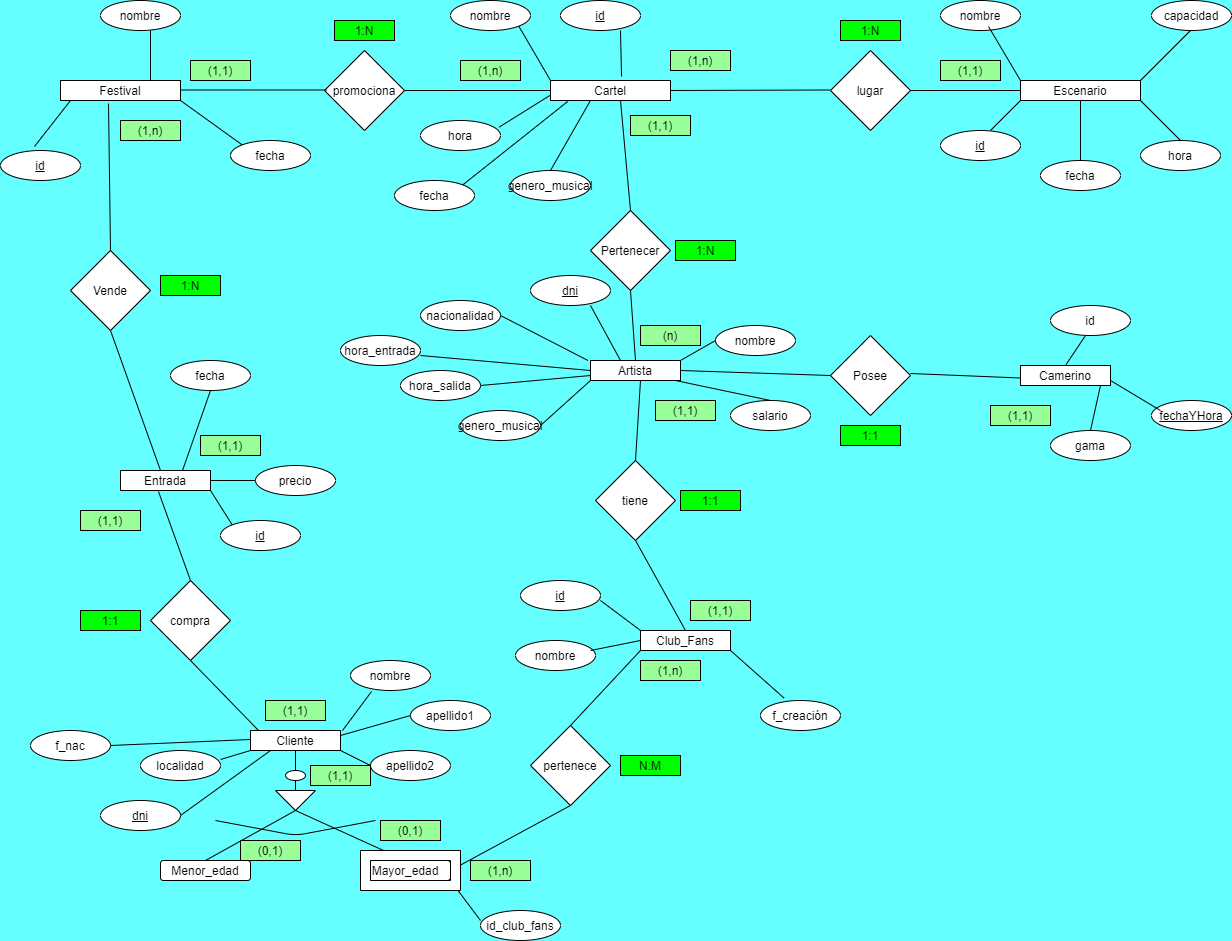
Before: Images/DiagramaE-R.png, a diagram exported from draw.io (jmm-1999/QuevedoFest). Source tidied: cells renumbered, new cells last; positions are measured from the earlier drawing's top-left corner, leaving out a move shared by most shapes.
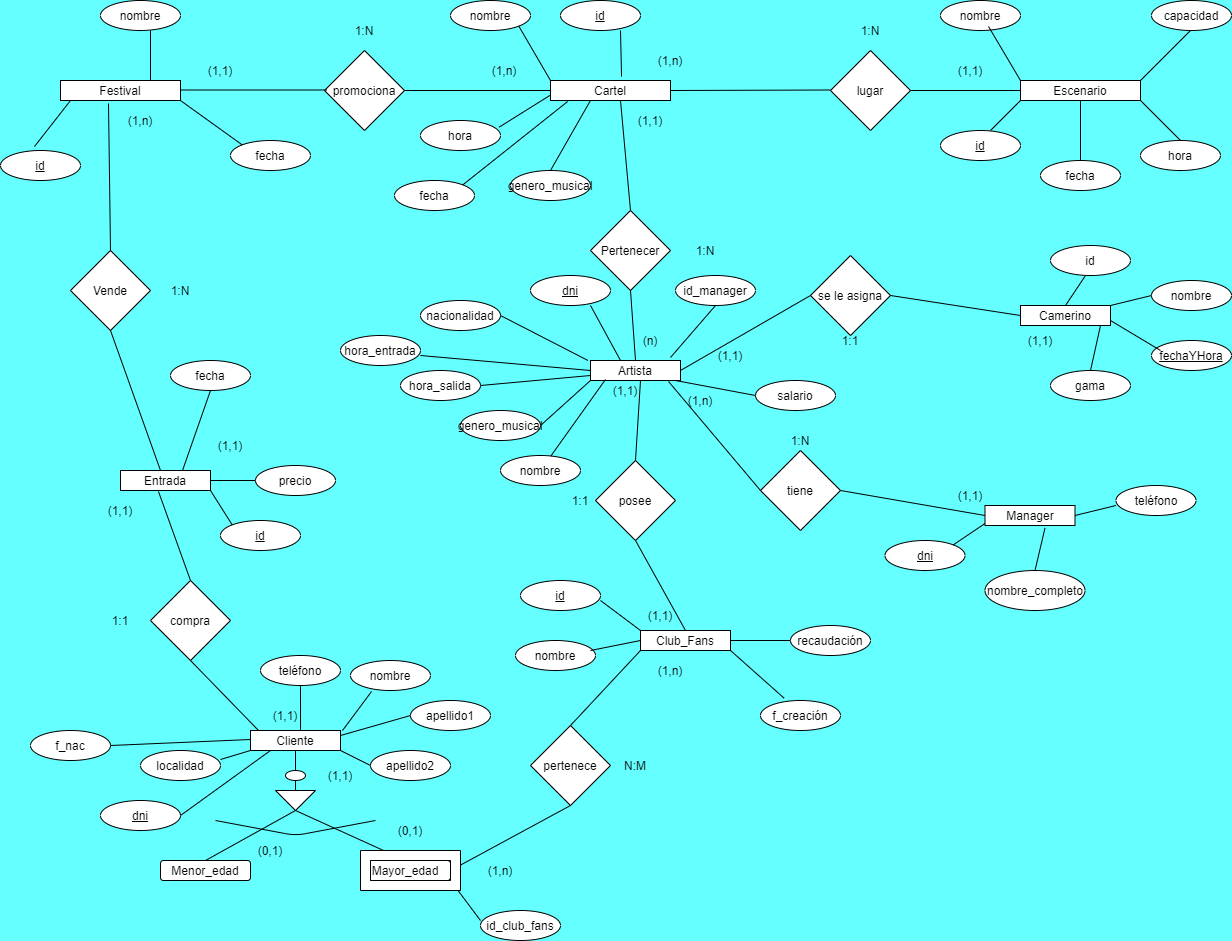
Later version of the same file.

The edit, as a diff of the source:
```diff
@@ -160,6 +160,6 @@
     <mxCell id="41" value="nombre" style="ellipse;whiteSpace=wrap;html=1;" parent="1" vertex="1">
-      <mxGeometry x="715" y="325" width="80" height="30" as="geometry" />
+      <mxGeometry x="500" y="455" width="80" height="30" as="geometry" />
     </mxCell>
     <mxCell id="42" value="salario" style="ellipse;whiteSpace=wrap;html=1;" parent="1" vertex="1">
-      <mxGeometry x="730" y="400" width="80" height="30" as="geometry" />
+      <mxGeometry x="755" y="380" width="80" height="30" as="geometry" />
     </mxCell>
@@ -168,3 +168,3 @@
     </mxCell>
-    <mxCell id="44" style="endArrow=none;html=1;exitX=1;exitY=0.733;exitDx=0;exitDy=0;exitPerimeter=0;entryX=0.5;entryY=0;entryDx=0;entryDy=0;" parent="1" edge="1" target="42">
+    <mxCell id="44" style="endArrow=none;html=1;exitX=1;exitY=0.733;exitDx=0;exitDy=0;exitPerimeter=0;entryX=0;entryY=0.5;entryDx=0;entryDy=0;" parent="1" edge="1" target="42">
       <mxGeometry relative="1" as="geometry">
@@ -178,5 +178,2 @@
     </mxCell>
-    <mxCell id="46" style="endArrow=none;html=1;exitX=1;exitY=0;exitDx=0;exitDy=0;entryX=0;entryY=0.5;entryDx=0;entryDy=0;" parent="1" edge="1" source="37" target="41">
-      <mxGeometry relative="1" as="geometry" />
-    </mxCell>
     <mxCell id="47" value="Cliente" style="rounded=0;whiteSpace=wrap;html=1;" parent="1" vertex="1">
@@ -291,3 +288,3 @@
     </mxCell>
-    <mxCell id="76" value="tiene" style="rhombus;whiteSpace=wrap;html=1;" parent="1" vertex="1">
+    <mxCell id="76" value="posee" style="rhombus;whiteSpace=wrap;html=1;" parent="1" vertex="1">
       <mxGeometry x="595" y="460" width="80" height="80" as="geometry" />
@@ -356,4 +353,4 @@
     </mxCell>
-    <mxCell id="92" value="Posee" style="rhombus;whiteSpace=wrap;html=1;" parent="1" vertex="1">
-      <mxGeometry x="830" y="335" width="80" height="80" as="geometry" />
+    <mxCell id="92" value="se le asigna" style="rhombus;whiteSpace=wrap;html=1;" parent="1" vertex="1">
+      <mxGeometry x="810" y="255" width="80" height="80" as="geometry" />
     </mxCell>
@@ -363,15 +360,12 @@
     <mxCell id="94" value="Camerino" style="rounded=0;whiteSpace=wrap;html=1;" parent="1" vertex="1">
-      <mxGeometry x="1020" y="365" width="90" height="20" as="geometry" />
+      <mxGeometry x="1020" y="305" width="90" height="20" as="geometry" />
     </mxCell>
-    <mxCell id="95" style="endArrow=none;html=1;entryX=0;entryY=0.5;entryDx=0;entryDy=0;" parent="1" edge="1">
-      <mxGeometry relative="1" as="geometry">
-        <mxPoint x="910" y="373" as="sourcePoint" />
-        <mxPoint x="1020" y="377.5" as="targetPoint" />
-      </mxGeometry>
+    <mxCell id="95" style="endArrow=none;html=1;entryX=0;entryY=0.5;entryDx=0;entryDy=0;exitX=1;exitY=0.5;exitDx=0;exitDy=0;" parent="1" edge="1" source="92" target="94">
+      <mxGeometry relative="1" as="geometry" />
     </mxCell>
     <mxCell id="96" value="id" style="ellipse;whiteSpace=wrap;html=1;" parent="1" vertex="1">
-      <mxGeometry x="1050" y="305" width="80" height="30" as="geometry" />
+      <mxGeometry x="1050" y="245" width="80" height="30" as="geometry" />
     </mxCell>
     <mxCell id="97" value="gama" style="ellipse;whiteSpace=wrap;html=1;" parent="1" vertex="1">
-      <mxGeometry x="1050" y="430" width="80" height="30" as="geometry" />
+      <mxGeometry x="1050" y="370" width="80" height="30" as="geometry" />
     </mxCell>
@@ -379,3 +373,3 @@
       <mxGeometry relative="1" as="geometry">
-        <mxPoint x="1100" y="385" as="targetPoint" />
+        <mxPoint x="1100" y="325" as="targetPoint" />
       </mxGeometry>
@@ -384,3 +378,3 @@
       <mxGeometry relative="1" as="geometry">
-        <mxPoint x="1085" y="335" as="targetPoint" />
+        <mxPoint x="1085" y="275" as="targetPoint" />
       </mxGeometry>
@@ -395,52 +389,52 @@
     </mxCell>
-    <mxCell id="102" value="(1,n)" style="rounded=0;whiteSpace=wrap;html=1;gradientColor=none;fillColor=#99FF99;" parent="1" vertex="1">
-      <mxGeometry x="460" y="60" width="60" height="20" as="geometry" />
+    <mxCell id="102" value="(1,n)" style="rounded=0;whiteSpace=wrap;html=1;gradientColor=none;fillColor=#66FFFF;strokeColor=none;" parent="1" vertex="1">
+      <mxGeometry x="474" y="60" width="60" height="20" as="geometry" />
     </mxCell>
-    <mxCell id="103" value="(1,1)" style="rounded=0;whiteSpace=wrap;html=1;gradientColor=none;fillColor=#99FF99;" parent="1" vertex="1">
+    <mxCell id="103" value="(1,1)" style="rounded=0;whiteSpace=wrap;html=1;gradientColor=none;strokeColor=none;fillColor=#66FFFF;" parent="1" vertex="1">
       <mxGeometry x="190" y="60" width="60" height="20" as="geometry" />
     </mxCell>
-    <mxCell id="104" value="1:N" style="rounded=0;whiteSpace=wrap;html=1;gradientColor=none;fillColor=#00FF00;" parent="1" vertex="1">
+    <mxCell id="104" value="1:N" style="rounded=0;whiteSpace=wrap;html=1;gradientColor=none;strokeColor=none;fillColor=#66FFFF;" parent="1" vertex="1">
       <mxGeometry x="334" y="20" width="60" height="20" as="geometry" />
     </mxCell>
-    <mxCell id="105" value="(1,n)" style="rounded=0;whiteSpace=wrap;html=1;gradientColor=none;fillColor=#99FF99;" parent="1" vertex="1">
-      <mxGeometry x="120" y="120" width="60" height="20" as="geometry" />
+    <mxCell id="105" value="(1,n)" style="rounded=0;whiteSpace=wrap;html=1;gradientColor=none;fillColor=#66FFFF;strokeColor=none;" parent="1" vertex="1">
+      <mxGeometry x="110" y="110" width="60" height="20" as="geometry" />
     </mxCell>
-    <mxCell id="106" value="(1,1)" style="rounded=0;whiteSpace=wrap;html=1;gradientColor=none;fillColor=#99FF99;" parent="1" vertex="1">
+    <mxCell id="106" value="(1,1)" style="rounded=0;whiteSpace=wrap;html=1;gradientColor=none;fillColor=none;strokeColor=none;" parent="1" vertex="1">
       <mxGeometry x="200" y="435" width="60" height="20" as="geometry" />
     </mxCell>
-    <mxCell id="107" value="1:N" style="rounded=0;whiteSpace=wrap;html=1;gradientColor=none;fillColor=#00FF00;" parent="1" vertex="1">
-      <mxGeometry x="160" y="275" width="60" height="20" as="geometry" />
+    <mxCell id="107" value="1:N" style="rounded=0;whiteSpace=wrap;html=1;gradientColor=none;fillColor=none;strokeColor=none;" parent="1" vertex="1">
+      <mxGeometry x="150" y="280" width="60" height="20" as="geometry" />
     </mxCell>
-    <mxCell id="108" value="(1,1)" style="rounded=0;whiteSpace=wrap;html=1;gradientColor=none;fillColor=#99FF99;" parent="1" vertex="1">
-      <mxGeometry x="265" y="700" width="60" height="20" as="geometry" />
+    <mxCell id="108" value="(1,1)" style="rounded=0;whiteSpace=wrap;html=1;gradientColor=none;fillColor=none;strokeColor=none;" parent="1" vertex="1">
+      <mxGeometry x="255" y="705" width="60" height="20" as="geometry" />
     </mxCell>
-    <mxCell id="109" value="(1,1)" style="rounded=0;whiteSpace=wrap;html=1;gradientColor=none;fillColor=#99FF99;" parent="1" vertex="1">
-      <mxGeometry x="80" y="510" width="60" height="20" as="geometry" />
+    <mxCell id="109" value="(1,1)" style="rounded=0;whiteSpace=wrap;html=1;gradientColor=none;fillColor=none;strokeColor=none;" parent="1" vertex="1">
+      <mxGeometry x="90" y="500" width="60" height="20" as="geometry" />
     </mxCell>
-    <mxCell id="110" value="1:1" style="rounded=0;whiteSpace=wrap;html=1;gradientColor=none;fillColor=#00FF00;" parent="1" vertex="1">
-      <mxGeometry x="80" y="610" width="60" height="20" as="geometry" />
+    <mxCell id="110" value="1:1" style="rounded=0;whiteSpace=wrap;html=1;gradientColor=none;fillColor=none;strokeColor=none;" parent="1" vertex="1">
+      <mxGeometry x="90" y="610" width="60" height="20" as="geometry" />
     </mxCell>
-    <mxCell id="111" value="(1,n)" style="rounded=0;whiteSpace=wrap;html=1;gradientColor=none;fillColor=#99FF99;" parent="1" vertex="1">
+    <mxCell id="111" value="(1,n)" style="rounded=0;whiteSpace=wrap;html=1;gradientColor=none;strokeColor=none;fillColor=none;" parent="1" vertex="1">
       <mxGeometry x="640" y="660" width="60" height="20" as="geometry" />
     </mxCell>
-    <mxCell id="112" value="(1,n)" style="rounded=0;whiteSpace=wrap;html=1;gradientColor=none;fillColor=#99FF99;" parent="1" vertex="1">
+    <mxCell id="112" value="(1,n)" style="rounded=0;whiteSpace=wrap;html=1;gradientColor=none;fillColor=none;strokeColor=none;" parent="1" vertex="1">
       <mxGeometry x="470" y="860" width="60" height="20" as="geometry" />
     </mxCell>
-    <mxCell id="113" value="N:M" style="rounded=0;whiteSpace=wrap;html=1;gradientColor=none;fillColor=#00FF00;" parent="1" vertex="1">
-      <mxGeometry x="620" y="755" width="60" height="20" as="geometry" />
+    <mxCell id="113" value="N:M" style="rounded=0;whiteSpace=wrap;html=1;gradientColor=none;strokeColor=none;fillColor=none;" parent="1" vertex="1">
+      <mxGeometry x="605" y="755" width="60" height="20" as="geometry" />
     </mxCell>
-    <mxCell id="114" value="(1,1)" style="rounded=0;whiteSpace=wrap;html=1;gradientColor=none;fillColor=#99FF99;" parent="1" vertex="1">
-      <mxGeometry x="655" y="400" width="60" height="20" as="geometry" />
+    <mxCell id="114" value="(1,1)" style="rounded=0;whiteSpace=wrap;html=1;gradientColor=none;fillColor=none;strokeColor=none;" parent="1" vertex="1">
+      <mxGeometry x="595" y="380" width="60" height="20" as="geometry" />
     </mxCell>
-    <mxCell id="115" value="(1,1)" style="rounded=0;whiteSpace=wrap;html=1;gradientColor=none;fillColor=#99FF99;" parent="1" vertex="1">
-      <mxGeometry x="690" y="600" width="60" height="20" as="geometry" />
+    <mxCell id="115" value="(1,1)" style="rounded=0;whiteSpace=wrap;html=1;gradientColor=none;fillColor=none;strokeColor=none;" parent="1" vertex="1">
+      <mxGeometry x="630" y="605" width="60" height="20" as="geometry" />
     </mxCell>
-    <mxCell id="116" value="1:1" style="rounded=0;whiteSpace=wrap;html=1;gradientColor=none;fillColor=#00FF00;" parent="1" vertex="1">
-      <mxGeometry x="680" y="490" width="60" height="20" as="geometry" />
+    <mxCell id="116" value="1:1" style="rounded=0;whiteSpace=wrap;html=1;gradientColor=none;fillColor=none;strokeColor=none;" parent="1" vertex="1">
+      <mxGeometry x="550" y="490" width="60" height="20" as="geometry" />
     </mxCell>
-    <mxCell id="117" value="(1,1)" style="rounded=0;whiteSpace=wrap;html=1;gradientColor=none;fillColor=#99FF99;" parent="1" vertex="1">
-      <mxGeometry x="990" y="405" width="60" height="20" as="geometry" />
+    <mxCell id="117" value="(1,1)" style="rounded=0;whiteSpace=wrap;html=1;gradientColor=none;fillColor=none;strokeColor=none;" parent="1" vertex="1">
+      <mxGeometry x="1010" y="330" width="60" height="20" as="geometry" />
     </mxCell>
     <mxCell id="118" value="&lt;u&gt;fechaYHora&lt;/u&gt;" style="ellipse;whiteSpace=wrap;html=1;" parent="1" vertex="1">
-      <mxGeometry x="1151" y="400" width="80" height="30" as="geometry" />
+      <mxGeometry x="1151" y="340" width="80" height="30" as="geometry" />
     </mxCell>
@@ -448,24 +442,24 @@
       <mxGeometry relative="1" as="geometry">
-        <mxPoint x="1160" y="410" as="targetPoint" />
+        <mxPoint x="1160" y="350" as="targetPoint" />
       </mxGeometry>
     </mxCell>
-    <mxCell id="120" value="1:1" style="rounded=0;whiteSpace=wrap;html=1;gradientColor=none;fillColor=#00FF00;" parent="1" vertex="1">
-      <mxGeometry x="840" y="425" width="60" height="20" as="geometry" />
+    <mxCell id="120" value="1:1" style="rounded=0;whiteSpace=wrap;html=1;gradientColor=none;fillColor=none;strokeColor=none;" parent="1" vertex="1">
+      <mxGeometry x="820" y="330" width="60" height="20" as="geometry" />
     </mxCell>
-    <mxCell id="121" value="(1,1)" style="rounded=0;whiteSpace=wrap;html=1;gradientColor=none;fillColor=#99FF99;" parent="1" vertex="1">
+    <mxCell id="121" value="(1,1)" style="rounded=0;whiteSpace=wrap;html=1;gradientColor=none;fillColor=none;strokeColor=none;" parent="1" vertex="1">
       <mxGeometry x="940" y="60" width="60" height="20" as="geometry" />
     </mxCell>
-    <mxCell id="122" value="(1,n)" style="rounded=0;whiteSpace=wrap;html=1;gradientColor=none;fillColor=#99FF99;" parent="1" vertex="1">
-      <mxGeometry x="670" y="50" width="60" height="20" as="geometry" />
+    <mxCell id="122" value="(1,n)" style="rounded=0;whiteSpace=wrap;html=1;gradientColor=none;fillColor=none;strokeColor=none;" parent="1" vertex="1">
+      <mxGeometry x="640" y="50" width="60" height="20" as="geometry" />
     </mxCell>
-    <mxCell id="123" value="1:N" style="rounded=0;whiteSpace=wrap;html=1;gradientColor=none;fillColor=#00FF00;" parent="1" vertex="1">
+    <mxCell id="123" value="1:N" style="rounded=0;whiteSpace=wrap;html=1;gradientColor=none;fillColor=none;strokeColor=none;" parent="1" vertex="1">
       <mxGeometry x="840" y="20" width="60" height="20" as="geometry" />
     </mxCell>
-    <mxCell id="124" value="(n)" style="rounded=0;whiteSpace=wrap;html=1;gradientColor=none;fillColor=#99FF99;" parent="1" vertex="1">
-      <mxGeometry x="640" y="325" width="60" height="20" as="geometry" />
+    <mxCell id="124" value="(n)" style="rounded=0;whiteSpace=wrap;html=1;gradientColor=none;fillColor=none;strokeColor=none;" parent="1" vertex="1">
+      <mxGeometry x="620" y="330" width="60" height="20" as="geometry" />
     </mxCell>
-    <mxCell id="125" value="(1,1)" style="rounded=0;whiteSpace=wrap;html=1;gradientColor=none;fillColor=#99FF99;" parent="1" vertex="1">
-      <mxGeometry x="630" y="115" width="60" height="20" as="geometry" />
+    <mxCell id="125" value="(1,1)" style="rounded=0;whiteSpace=wrap;html=1;gradientColor=none;strokeColor=none;fillColor=none;" parent="1" vertex="1">
+      <mxGeometry x="620" y="110" width="60" height="20" as="geometry" />
     </mxCell>
-    <mxCell id="126" value="1:N" style="rounded=0;whiteSpace=wrap;html=1;gradientColor=none;fillColor=#00FF00;" parent="1" vertex="1">
+    <mxCell id="126" value="1:N" style="rounded=0;whiteSpace=wrap;html=1;gradientColor=none;fillColor=none;strokeColor=none;" parent="1" vertex="1">
       <mxGeometry x="675" y="240" width="60" height="20" as="geometry" />
@@ -486,9 +480,9 @@
     </mxCell>
-    <mxCell id="131" value="(1,1)" style="rounded=0;whiteSpace=wrap;html=1;gradientColor=none;fillColor=#99FF99;" parent="1" vertex="1">
+    <mxCell id="131" value="(1,1)" style="rounded=0;whiteSpace=wrap;html=1;gradientColor=none;fillColor=none;strokeColor=none;" parent="1" vertex="1">
       <mxGeometry x="310" y="765" width="60" height="20" as="geometry" />
     </mxCell>
-    <mxCell id="132" value="(0,1)" style="rounded=0;whiteSpace=wrap;html=1;gradientColor=none;fillColor=#99FF99;" parent="1" vertex="1">
+    <mxCell id="132" value="(0,1)" style="rounded=0;whiteSpace=wrap;html=1;gradientColor=none;fillColor=none;strokeColor=none;" parent="1" vertex="1">
       <mxGeometry x="380" y="820" width="60" height="20" as="geometry" />
     </mxCell>
-    <mxCell id="133" value="(0,1)" style="rounded=0;whiteSpace=wrap;html=1;gradientColor=none;fillColor=#99FF99;" parent="1" vertex="1">
+    <mxCell id="133" value="(0,1)" style="rounded=0;whiteSpace=wrap;html=1;gradientColor=none;fillColor=none;strokeColor=none;" parent="1" vertex="1">
       <mxGeometry x="240" y="840" width="60" height="20" as="geometry" />
@@ -530,2 +524,88 @@
     </mxCell>
+    <mxCell id="142" value="teléfono" style="ellipse;whiteSpace=wrap;html=1;" parent="1" vertex="1">
+      <mxGeometry x="260" y="655" width="80" height="30" as="geometry" />
+    </mxCell>
+    <mxCell id="143" style="endArrow=none;html=1;exitX=1;exitY=0.5;exitDx=0;exitDy=0;entryX=0.556;entryY=0;entryDx=0;entryDy=0;entryPerimeter=0;" parent="1" edge="1" target="47">
+      <mxGeometry relative="1" as="geometry">
+        <mxPoint x="300" y="685" as="sourcePoint" />
+      </mxGeometry>
+    </mxCell>
+    <mxCell id="144" value="recaudación" style="ellipse;whiteSpace=wrap;html=1;" parent="1" vertex="1">
+      <mxGeometry x="790" y="625" width="80" height="30" as="geometry" />
+    </mxCell>
+    <mxCell id="145" style="endArrow=none;html=1;entryX=0.5;entryY=1;entryDx=0;entryDy=0;exitX=0;exitY=0.5;exitDx=0;exitDy=0;" parent="1" edge="1" source="144">
+      <mxGeometry relative="1" as="geometry">
+        <mxPoint x="730" y="640" as="targetPoint" />
+      </mxGeometry>
+    </mxCell>
+    <mxCell id="146" value="nombre" style="ellipse;whiteSpace=wrap;html=1;" parent="1" vertex="1">
+      <mxGeometry x="1151" y="280" width="80" height="30" as="geometry" />
+    </mxCell>
+    <mxCell id="147" style="endArrow=none;html=1;entryX=0;entryY=0.5;entryDx=0;entryDy=0;" parent="1" edge="1" target="146">
+      <mxGeometry relative="1" as="geometry">
+        <mxPoint x="1110" y="305" as="sourcePoint" />
+      </mxGeometry>
+    </mxCell>
+    <mxCell id="148" value="id_manager" style="ellipse;whiteSpace=wrap;html=1;" parent="1" vertex="1">
+      <mxGeometry x="675" y="275" width="80" height="30" as="geometry" />
+    </mxCell>
+    <mxCell id="149" style="endArrow=none;html=1;entryX=0.5;entryY=1;entryDx=0;entryDy=0;exitX=0.889;exitY=-0.15;exitDx=0;exitDy=0;exitPerimeter=0;" parent="1" edge="1" source="37" target="148">
+      <mxGeometry relative="1" as="geometry" />
+    </mxCell>
+    <mxCell id="150" value="Manager" style="rounded=0;whiteSpace=wrap;html=1;" parent="1" vertex="1">
+      <mxGeometry x="984.5" y="505" width="90" height="20" as="geometry" />
+    </mxCell>
+    <mxCell id="151" value="&lt;u&gt;dni&lt;/u&gt;" style="ellipse;whiteSpace=wrap;html=1;" parent="1" vertex="1">
+      <mxGeometry x="884.5" y="540" width="80" height="30" as="geometry" />
+    </mxCell>
+    <mxCell id="152" value="nombre_completo" style="ellipse;whiteSpace=wrap;html=1;" parent="1" vertex="1">
+      <mxGeometry x="984.5" y="570" width="100" height="40" as="geometry" />
+    </mxCell>
+    <mxCell id="153" style="endArrow=none;html=1;entryX=0;entryY=0.5;entryDx=0;entryDy=0;exitX=1;exitY=0;exitDx=0;exitDy=0;" parent="1" edge="1" source="151">
+      <mxGeometry relative="1" as="geometry">
+        <mxPoint x="984.5" y="523" as="targetPoint" />
+      </mxGeometry>
+    </mxCell>
+    <mxCell id="154" style="endArrow=none;html=1;exitX=0.5;exitY=0;exitDx=0;exitDy=0;" parent="1" edge="1" source="152">
+      <mxGeometry relative="1" as="geometry">
+        <mxPoint x="1044.5" y="527.5" as="targetPoint" />
+      </mxGeometry>
+    </mxCell>
+    <mxCell id="155" value="teléfono" style="ellipse;whiteSpace=wrap;html=1;" parent="1" vertex="1">
+      <mxGeometry x="1115.5" y="485" width="80" height="30" as="geometry" />
+    </mxCell>
+    <mxCell id="156" style="endArrow=none;html=1;entryX=0;entryY=0.5;entryDx=0;entryDy=0;" parent="1" edge="1">
+      <mxGeometry relative="1" as="geometry">
+        <mxPoint x="1074.5" y="515" as="sourcePoint" />
+        <mxPoint x="1115.5" y="505" as="targetPoint" />
+      </mxGeometry>
+    </mxCell>
+    <mxCell id="157" value="(1,1)" style="rounded=0;whiteSpace=wrap;html=1;gradientColor=none;fillColor=none;strokeColor=none;" parent="1" vertex="1">
+      <mxGeometry x="940" y="485" width="60" height="20" as="geometry" />
+    </mxCell>
+    <mxCell id="158" value="(1,1)" style="rounded=0;whiteSpace=wrap;html=1;gradientColor=none;fillColor=none;strokeColor=none;" parent="1" vertex="1">
+      <mxGeometry x="700" y="345" width="60" height="20" as="geometry" />
+    </mxCell>
+    <mxCell id="159" style="endArrow=none;html=1;entryX=0.5;entryY=1;entryDx=0;entryDy=0;" parent="1" edge="1" source="41">
+      <mxGeometry relative="1" as="geometry">
+        <mxPoint x="605" y="379" as="targetPoint" />
+      </mxGeometry>
+    </mxCell>
+    <mxCell id="160" value="tiene" style="rhombus;whiteSpace=wrap;html=1;" parent="1" vertex="1">
+      <mxGeometry x="760" y="450" width="80" height="80" as="geometry" />
+    </mxCell>
+    <mxCell id="161" style="endArrow=none;html=1;exitX=1;exitY=0.5;exitDx=0;exitDy=0;entryX=0;entryY=0.5;entryDx=0;entryDy=0;" parent="1" edge="1" target="150">
+      <mxGeometry relative="1" as="geometry">
+        <mxPoint x="840" y="490" as="sourcePoint" />
+      </mxGeometry>
+    </mxCell>
+    <mxCell id="162" style="endArrow=none;html=1;exitX=0.867;exitY=1.05;exitDx=0;exitDy=0;entryX=0;entryY=0.5;entryDx=0;entryDy=0;exitPerimeter=0;" parent="1" edge="1" source="37" target="160">
+      <mxGeometry relative="1" as="geometry" />
+    </mxCell>
+    <mxCell id="163" value="(1,n)" style="rounded=0;whiteSpace=wrap;html=1;gradientColor=none;fillColor=none;strokeColor=none;" parent="1" vertex="1">
+      <mxGeometry x="670" y="390" width="60" height="20" as="geometry" />
+    </mxCell>
+    <mxCell id="164" value="1:N" style="rounded=0;whiteSpace=wrap;html=1;gradientColor=none;fillColor=none;strokeColor=none;" parent="1" vertex="1">
+      <mxGeometry x="770" y="430" width="60" height="20" as="geometry" />
+    </mxCell>
   </root>
```
